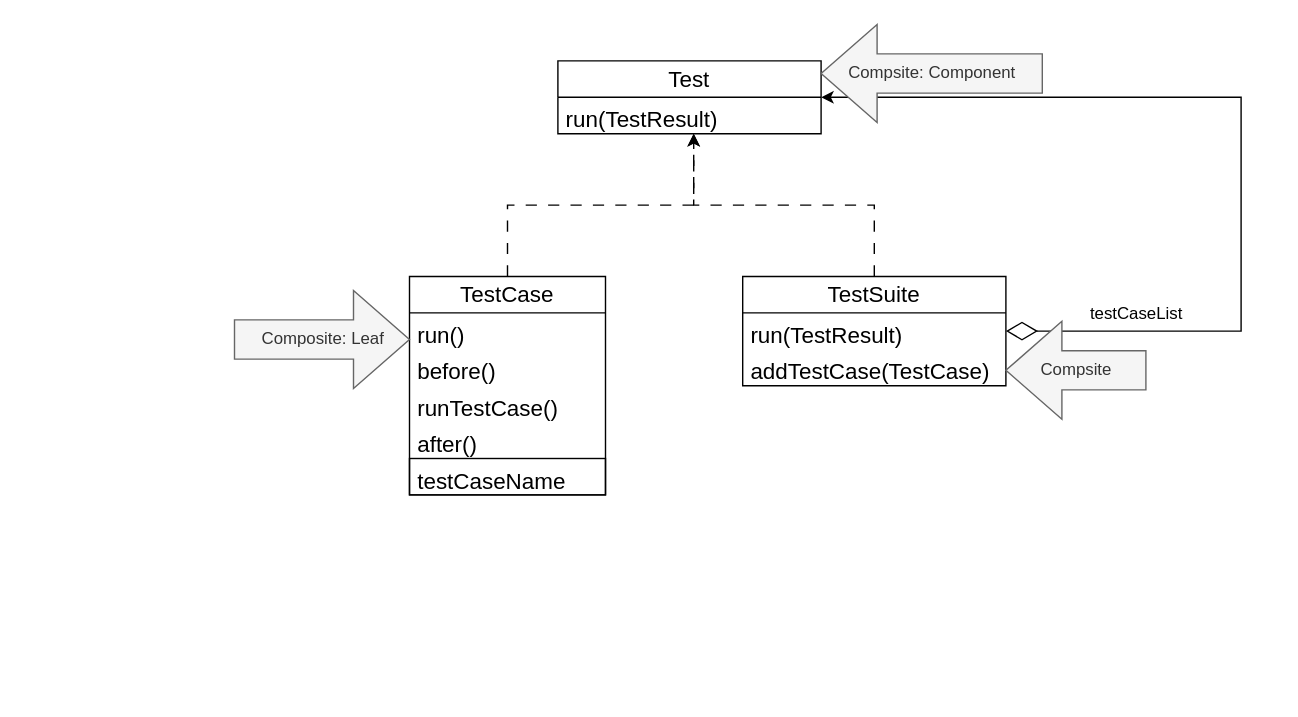
Earlier version of the draw.io diagram JunitPatters.drawio (nooblette/junit-creation). Source tidied: cells renumbered, new cells numbered last; positions are measured from the earlier drawing's top-left corner, leaving out a move shared by most shapes. Both pictures are drawn from the tidied source at 140%, with x=0, y=0 at pixel (234, 24).
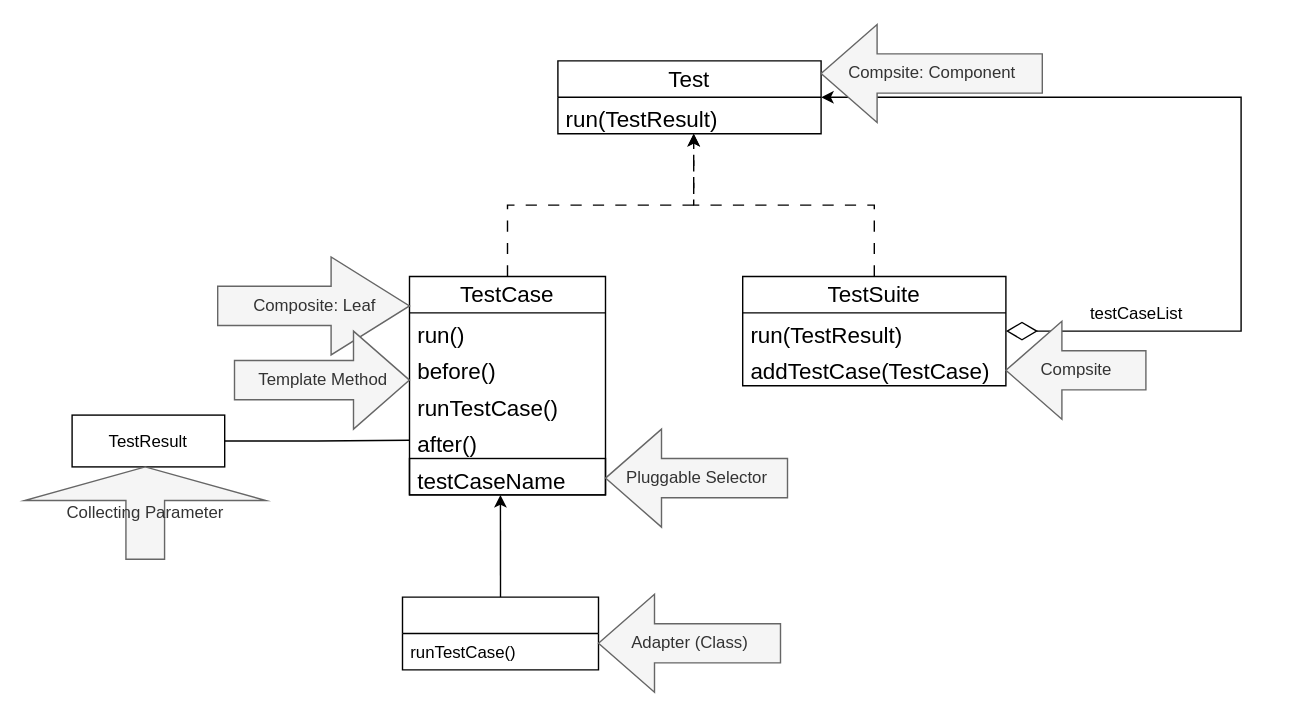
After the change.

The change refers to these unchanged cells:
```xml
<mxCell id="6" value="after()" style="text;strokeColor=none;fillColor=none;align=left;verticalAlign=top;spacingLeft=4;spacingRight=4;overflow=hidden;points=[[0,0.5],[1,0.5]];portConstraint=eastwest;whiteSpace=wrap;html=1;fontSize=16;" parent="2" vertex="1">
  <mxGeometry y="104" width="140" height="26" as="geometry" />
</mxCell>
<mxCell id="7" value="testCaseName" style="text;strokeColor=default;fillColor=none;align=left;verticalAlign=top;spacingLeft=4;spacingRight=4;overflow=hidden;points=[[0,0.5],[1,0.5]];portConstraint=eastwest;whiteSpace=wrap;html=1;fontSize=16;" parent="2" vertex="1">
  <mxGeometry y="130" width="140" height="26" as="geometry" />
</mxCell>
```

Change to the diagram source:
```diff
@@
-    <mxCell id="19" value="Composite: Leaf" style="html=1;shadow=0;dashed=0;align=center;verticalAlign=middle;shape=mxgraph.arrows2.arrow;dy=0.6;dx=40;notch=0;fillColor=#f5f5f5;fontColor=#333333;strokeColor=#666666;" parent="1" vertex="1">
-      <mxGeometry y="190" width="125" height="70" as="geometry" />
+    <mxCell id="19" value="Composite: Leaf" style="html=1;shadow=0;dashed=0;align=center;verticalAlign=middle;shape=mxgraph.arrows2.arrow;dy=0.6;dx=56;notch=0;fillColor=#f5f5f5;fontColor=#333333;strokeColor=#666666;" parent="1" vertex="1">
+      <mxGeometry x="-12" y="166" width="137" height="70" as="geometry" />
     </mxCell>
+    <mxCell id="20" value="Template Method" style="html=1;shadow=0;dashed=0;align=center;verticalAlign=middle;shape=mxgraph.arrows2.arrow;dy=0.6;dx=40;notch=0;fillColor=#f5f5f5;fontColor=#333333;strokeColor=#666666;" parent="1" vertex="1">
+      <mxGeometry y="219" width="125" height="70" as="geometry" />
+    </mxCell>
+    <mxCell id="21" style="edgeStyle=orthogonalEdgeStyle;rounded=0;jettySize=auto;html=1;entryX=0;entryY=0.5;entryDx=0;entryDy=0;endArrow=none;endFill=0;" parent="1" edge="1" source="22" target="6">
+      <mxGeometry relative="1" as="geometry" />
+    </mxCell>
+    <mxCell id="22" value="TestResult" style="rounded=0;whiteSpace=wrap;html=1;" parent="1" vertex="1">
+      <mxGeometry x="-116" y="279" width="109" height="37" as="geometry" />
+    </mxCell>
+    <mxCell id="23" value="Collecting Parameter" style="html=1;shadow=0;dashed=0;align=center;verticalAlign=middle;shape=mxgraph.arrows2.arrow;dy=0.84;dx=24;direction=north;notch=0;fillColor=#f5f5f5;fontColor=#333333;strokeColor=#666666;" parent="1" vertex="1">
+      <mxGeometry x="-150" y="316" width="172.5" height="66" as="geometry" />
+    </mxCell>
+    <mxCell id="24" style="edgeStyle=orthogonalEdgeStyle;rounded=0;jettySize=auto;html=1;exitX=0.5;exitY=0;exitDx=0;exitDy=0;entryX=0.464;entryY=1;entryDx=0;entryDy=0;entryPerimeter=0;" parent="1" edge="1" source="25" target="7">
+      <mxGeometry relative="1" as="geometry" />
+    </mxCell>
+    <mxCell id="25" style="swimlane;fontStyle=0;horizontal=1;startSize=26;fillColor=none;whiteSpace=wrap;html=1;" parent="1" vertex="1">
+      <mxGeometry x="120" y="409" width="140" height="52" as="geometry" />
+    </mxCell>
+    <mxCell id="26" value="runTestCase()" style="text;strokeColor=none;fillColor=none;align=left;verticalAlign=top;spacingLeft=4;spacingRight=4;overflow=hidden;whiteSpace=wrap;html=1;" parent="25" vertex="1">
+      <mxGeometry y="26" width="140" height="26" as="geometry" />
+    </mxCell>
+    <mxCell id="27" value="Adapter (Class)" style="html=1;shadow=0;dashed=0;align=center;verticalAlign=middle;shape=mxgraph.arrows2.arrow;dy=0.6;dx=40;flipH=1;notch=0;fillColor=#f5f5f5;fontColor=#333333;strokeColor=#666666;" parent="1" vertex="1">
+      <mxGeometry x="260" y="407" width="130" height="70" as="geometry" />
+    </mxCell>
+    <mxCell id="28" value="Pluggable Selector" style="html=1;shadow=0;dashed=0;align=center;verticalAlign=middle;shape=mxgraph.arrows2.arrow;dy=0.6;dx=40;flipH=1;notch=0;fillColor=#f5f5f5;fontColor=#333333;strokeColor=#666666;" parent="1" vertex="1">
+      <mxGeometry x="265" y="289" width="130" height="70" as="geometry" />
+    </mxCell>
```
